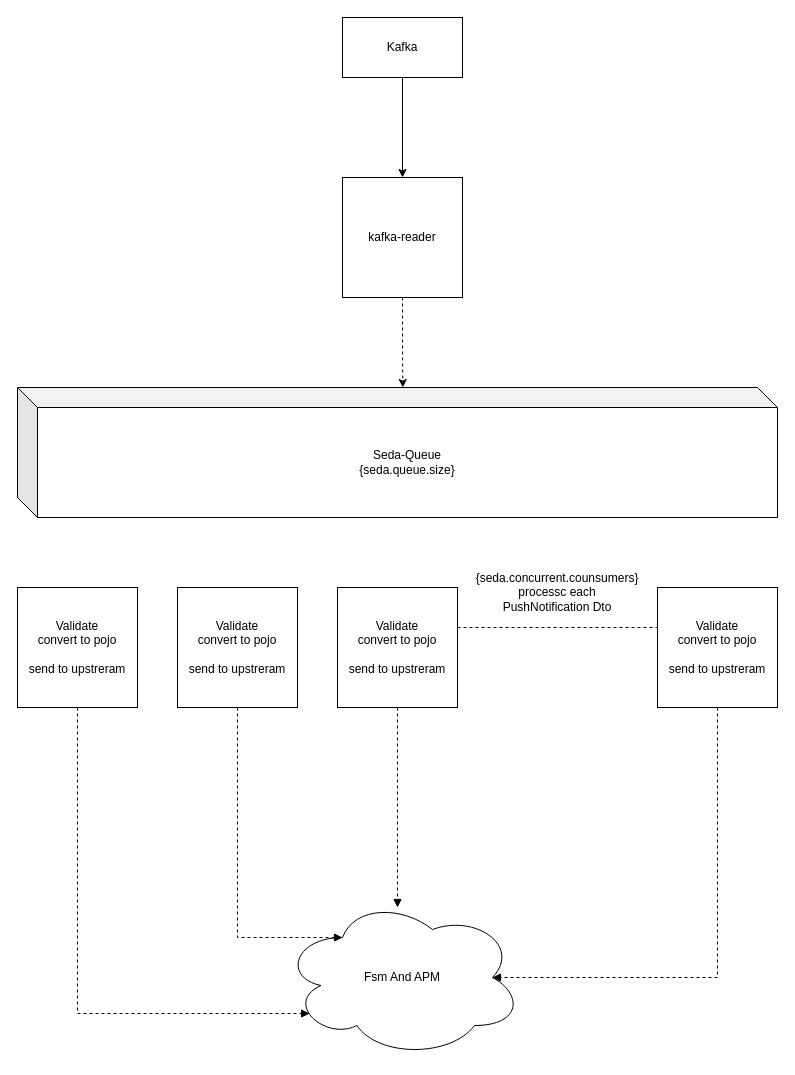
Earlier version of the draw.io diagram push-proxy-architecture.drawio (alireza-fassih/drow-io). Source tidied: cells renumbered, new cells numbered last; positions are measured from the earlier drawing's top-left corner, leaving out a move shared by most shapes. Both pictures are drawn from the tidied source at 100%, with x=0, y=0 at pixel (17, 17).
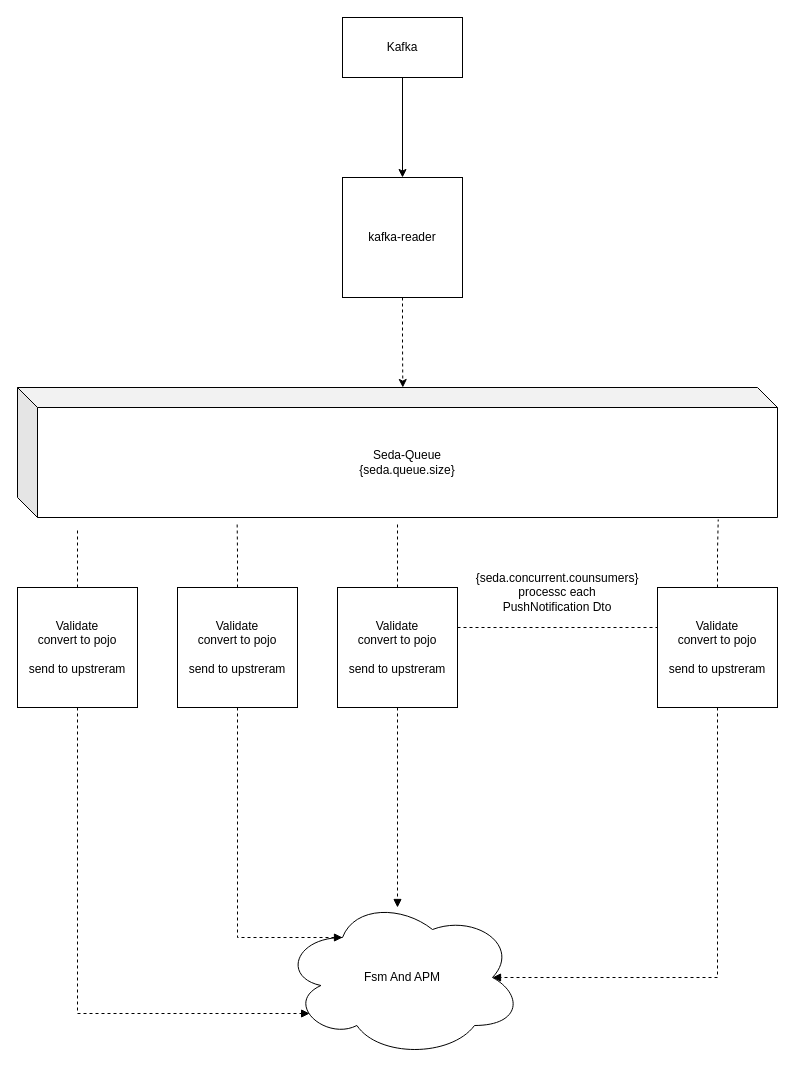
The same diagram, later.

The change refers to these unchanged cells:
```xml
<mxCell id="7" value="&lt;div&gt;Seda-Queue&lt;/div&gt;&lt;div&gt;{seda.queue.size} &lt;br&gt;&lt;/div&gt;" style="shape=cube;whiteSpace=wrap;html=1;boundedLbl=1;backgroundOutline=1;darkOpacity=0.05;darkOpacity2=0.1;" parent="1" vertex="1">
  <mxGeometry y="370" width="760" height="130" as="geometry" />
</mxCell>
<mxCell id="9" value="&lt;div&gt;Validate&lt;/div&gt;&lt;div&gt;convert to pojo&lt;/div&gt;&lt;div&gt;&lt;br&gt;&lt;/div&gt;&lt;div&gt;send to upstreram&lt;/div&gt;" style="rounded=0;whiteSpace=wrap;html=1;" parent="1" vertex="1">
  <mxGeometry y="570" width="120" height="120" as="geometry" />
</mxCell>
<mxCell id="13" value="&lt;div&gt;Validate&lt;/div&gt;&lt;div&gt;convert to pojo&lt;/div&gt;&lt;div&gt;&lt;br&gt;&lt;/div&gt;&lt;div&gt;send to upstreram&lt;/div&gt;" style="rounded=0;whiteSpace=wrap;html=1;" parent="1" vertex="1">
  <mxGeometry x="160" y="570" width="120" height="120" as="geometry" />
</mxCell>
<mxCell id="15" value="&lt;div&gt;Validate&lt;/div&gt;&lt;div&gt;convert to pojo&lt;/div&gt;&lt;div&gt;&lt;br&gt;&lt;/div&gt;&lt;div&gt;send to upstreram&lt;/div&gt;" style="rounded=0;whiteSpace=wrap;html=1;" parent="1" vertex="1">
  <mxGeometry x="320" y="570" width="120" height="120" as="geometry" />
</mxCell>
<mxCell id="17" value="&lt;div&gt;Validate&lt;/div&gt;&lt;div&gt;convert to pojo&lt;/div&gt;&lt;div&gt;&lt;br&gt;&lt;/div&gt;&lt;div&gt;send to upstreram&lt;/div&gt;" style="rounded=0;whiteSpace=wrap;html=1;" parent="1" vertex="1">
  <mxGeometry x="640" y="570" width="120" height="120" as="geometry" />
</mxCell>
```

Change to the diagram source:
```diff
@@
+    <mxCell id="18" style="edgeStyle=orthogonalEdgeStyle;rounded=0;jettySize=auto;html=1;exitX=0.5;exitY=0;exitDx=0;exitDy=0;dashed=1;endArrow=none;endFill=0;" parent="1" edge="1" source="9">
+      <mxGeometry relative="1" as="geometry">
+        <mxPoint x="60" y="510" as="targetPoint" />
+      </mxGeometry>
+    </mxCell>
@@
+    <mxCell id="19" style="edgeStyle=orthogonalEdgeStyle;rounded=0;jettySize=auto;html=1;exitX=0.5;exitY=0;exitDx=0;exitDy=0;entryX=0.289;entryY=1.038;entryDx=0;entryDy=0;entryPerimeter=0;dashed=1;endArrow=none;endFill=0;" parent="1" edge="1" source="13" target="7">
+      <mxGeometry relative="1" as="geometry" />
+    </mxCell>
@@
+    <mxCell id="20" style="edgeStyle=orthogonalEdgeStyle;rounded=0;jettySize=auto;html=1;exitX=0.5;exitY=0;exitDx=0;exitDy=0;dashed=1;endArrow=none;endFill=0;" parent="1" edge="1" source="15">
+      <mxGeometry relative="1" as="geometry">
+        <mxPoint x="380" y="504" as="targetPoint" />
+      </mxGeometry>
+    </mxCell>
@@
+    <mxCell id="21" style="edgeStyle=orthogonalEdgeStyle;rounded=0;jettySize=auto;html=1;exitX=0.5;exitY=0;exitDx=0;exitDy=0;entryX=0.922;entryY=1.015;entryDx=0;entryDy=0;entryPerimeter=0;dashed=1;endArrow=none;endFill=0;" parent="1" edge="1" source="17" target="7">
+      <mxGeometry relative="1" as="geometry" />
+    </mxCell>
```
